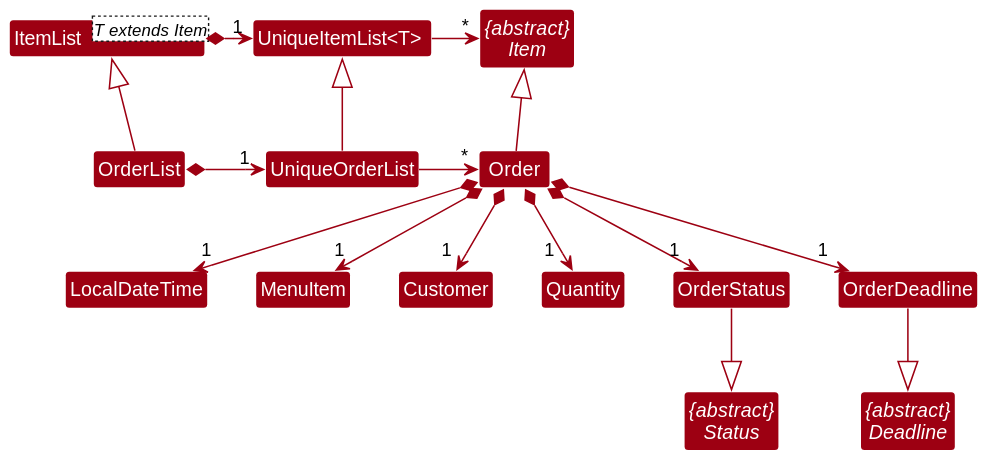
nus-cs2103-AY2223S2/tp keeps this PlantUML diagram as docs/images/OrderClassDiagram.svg. Above is the earlier version.
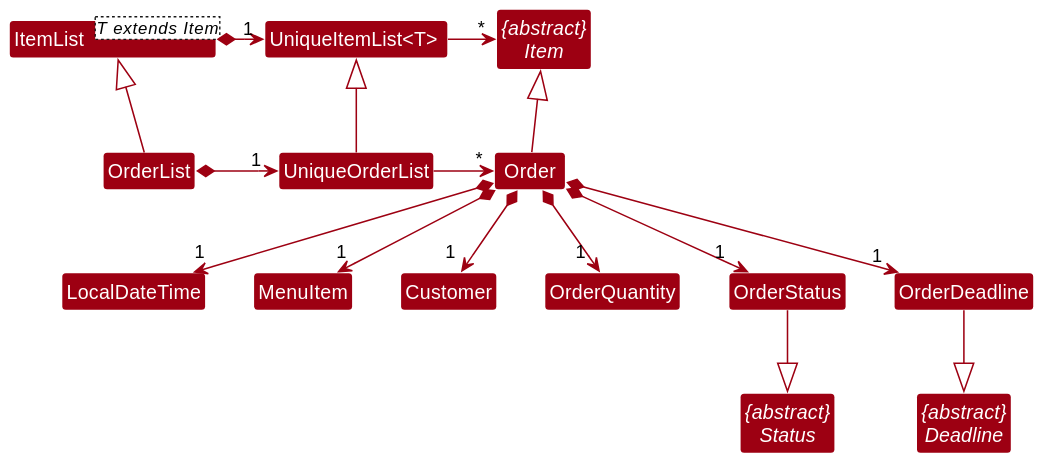
Later version of the same file.

Commit message:
Made minor edits to make UML diagram for menu and order more accurate and edit the use case

Diff of the diagram source:
```diff
@@ -17,7 +17,7 @@
 Class Order
 Class MenuItem
 Class Customer
-Class Quantity
+Class OrderQuantity
 Class OrderStatus
 Class OrderDeadline
 Class OrderList extends ItemList
@@ -34,10 +34,11 @@
 Order *--> "1" OrderDeadline
 Order *--> "1 " OrderStatus
 Order *--> "1 " Customer
-Order *--> "1  " Quantity
-Order *--> "1" LocalDateTime
+Order *--> "1 " OrderQuantity
+Order *--> "1 " LocalDateTime
 Order -u|> Item
 
 OrderDeadline --|> Deadline
 OrderStatus --|> Status
+
 @enduml
```
